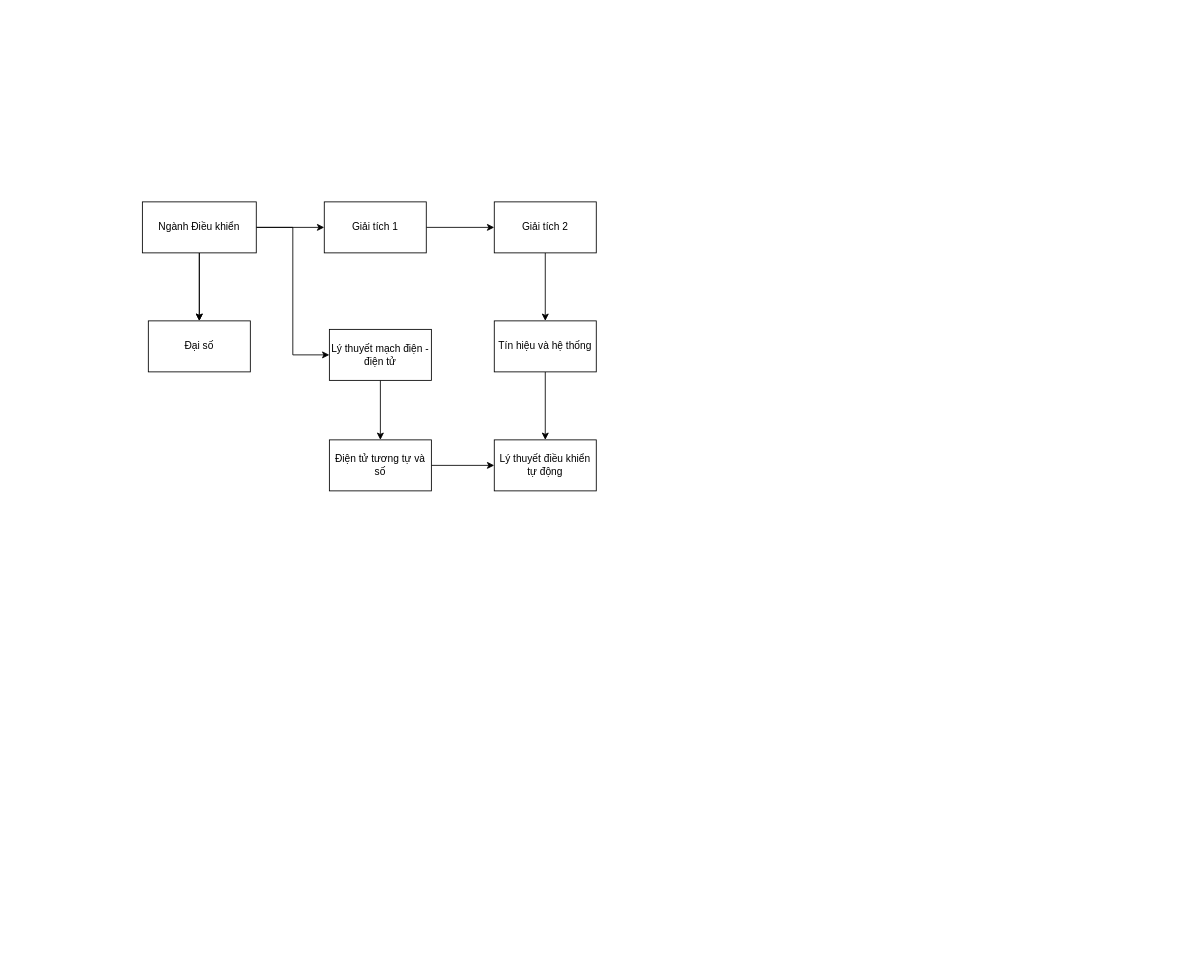
Earlier version of the draw.io diagram public/Untitled Diagram.drawio (davisnguyen111195/BScalculator). Source tidied: cells renumbered, new cells numbered last; positions are measured from the earlier drawing's top-left corner, leaving out a move shared by most shapes. Both pictures are drawn from the tidied source at 85%, with x=0, y=0 at pixel (142, 201).
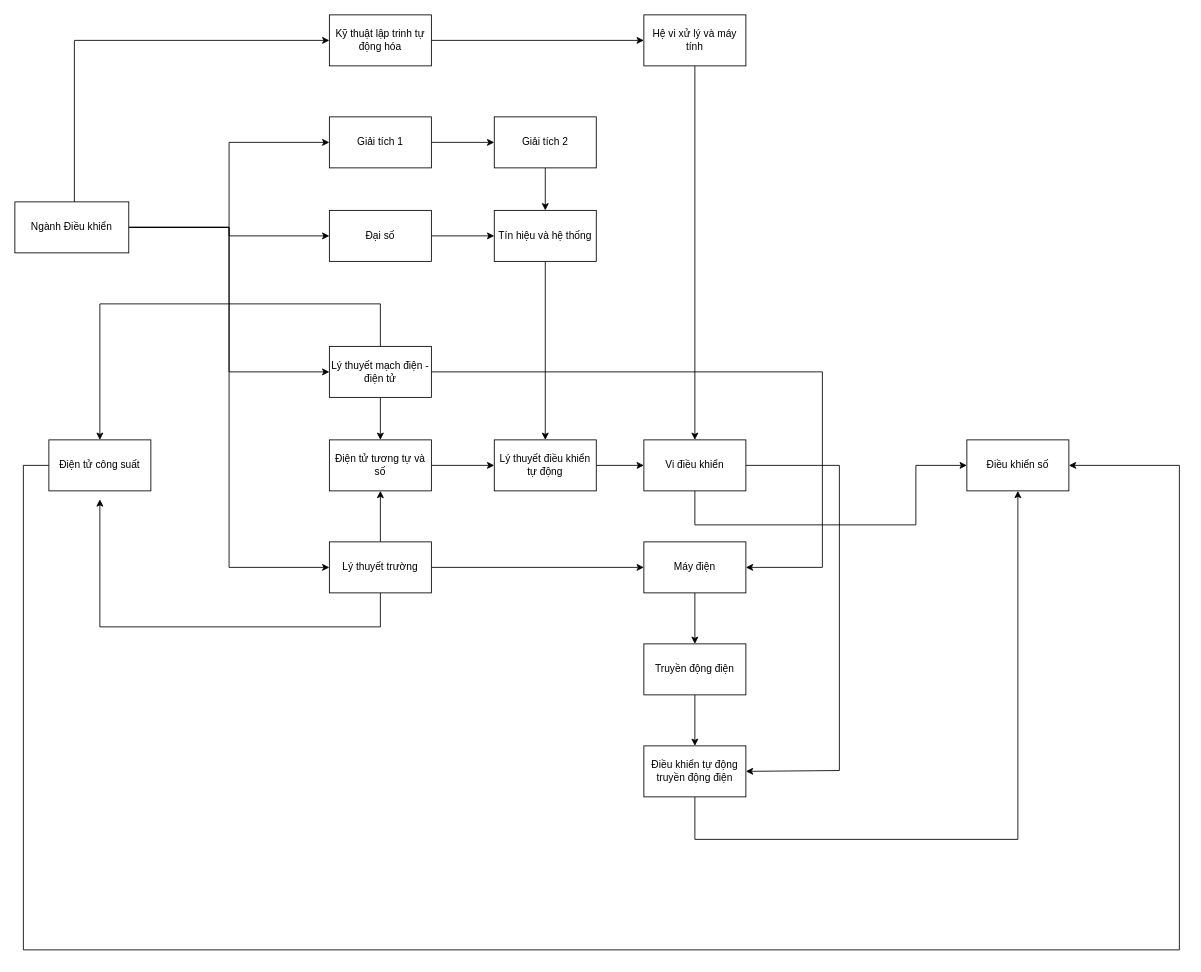
The same diagram, later.

Unchanged cells that the change refers to:
```xml
<mxCell id="14" value="Lý thuyết điều khiển tự động&lt;br&gt;" style="rounded=0;whiteSpace=wrap;html=1;" parent="1" vertex="1">
  <mxGeometry x="414" y="280" width="120" height="60" as="geometry" />
</mxCell>
<mxCell id="16" value="Điện tử tương tự và số" style="rounded=0;whiteSpace=wrap;html=1;" parent="1" vertex="1">
  <mxGeometry x="220" y="280" width="120" height="60" as="geometry" />
</mxCell>
```

Change to the diagram source:
```diff
@@
-    <mxCell id="2" style="edgeStyle=orthogonalEdgeStyle;rounded=0;jettySize=auto;html=1;" parent="1" edge="1" source="6" target="7">
-      <mxGeometry relative="1" as="geometry" />
-    </mxCell>
-    <mxCell id="3" style="edgeStyle=orthogonalEdgeStyle;rounded=0;jettySize=auto;html=1;" parent="1" edge="1" source="6" target="7">
-      <mxGeometry relative="1" as="geometry" />
-    </mxCell>
+    <mxCell id="5" style="edgeStyle=orthogonalEdgeStyle;rounded=0;jettySize=auto;html=1;entryX=0;entryY=0.5;entryDx=0;entryDy=0;" parent="1" edge="1" source="6" target="18">
+      <mxGeometry relative="1" as="geometry" />
+    </mxCell>
+    <mxCell id="19" style="edgeStyle=orthogonalEdgeStyle;rounded=0;jettySize=auto;html=1;entryX=0;entryY=0.5;entryDx=0;entryDy=0;" parent="1" edge="1" source="6" target="7">
+      <mxGeometry relative="1" as="geometry" />
+    </mxCell>
+    <mxCell id="20" style="edgeStyle=orthogonalEdgeStyle;rounded=0;jettySize=auto;html=1;entryX=0;entryY=0.5;entryDx=0;entryDy=0;" parent="1" edge="1" source="6" target="29">
+      <mxGeometry relative="1" as="geometry" />
+    </mxCell>
-    <mxCell id="4" style="edgeStyle=orthogonalEdgeStyle;rounded=0;jettySize=auto;html=1;" parent="1" edge="1" source="6" target="9">
+    <mxCell id="4" style="edgeStyle=orthogonalEdgeStyle;rounded=0;jettySize=auto;html=1;entryX=0;entryY=0.5;entryDx=0;entryDy=0;" parent="1" edge="1" source="6" target="9">
       <mxGeometry relative="1" as="geometry" />
     </mxCell>
-    <mxCell id="5" style="edgeStyle=orthogonalEdgeStyle;rounded=0;jettySize=auto;html=1;entryX=0;entryY=0.5;entryDx=0;entryDy=0;" parent="1" edge="1" source="6" target="18">
-      <mxGeometry relative="1" as="geometry" />
-    </mxCell>
+    <mxCell id="21" style="edgeStyle=orthogonalEdgeStyle;rounded=0;jettySize=auto;html=1;entryX=0;entryY=0.5;entryDx=0;entryDy=0;" parent="1" edge="1" source="6" target="38">
+      <mxGeometry relative="1" as="geometry">
+        <Array as="points">
+          <mxPoint x="-80" y="-190" />
+        </Array>
+      </mxGeometry>
+    </mxCell>
     <mxCell id="6" value="Ngành Điều khiển" style="rounded=0;whiteSpace=wrap;html=1;" parent="1" vertex="1">
-      <mxGeometry width="134" height="60" as="geometry" />
+      <mxGeometry x="-150" width="134" height="60" as="geometry" />
     </mxCell>
+    <mxCell id="22" style="edgeStyle=orthogonalEdgeStyle;rounded=0;jettySize=auto;html=1;entryX=0;entryY=0.5;entryDx=0;entryDy=0;" parent="1" edge="1" source="7" target="13">
+      <mxGeometry relative="1" as="geometry" />
+    </mxCell>
     <mxCell id="7" value="Đại số" style="rounded=0;whiteSpace=wrap;html=1;" parent="1" vertex="1">
-      <mxGeometry x="7" y="140" width="120" height="60" as="geometry" />
+      <mxGeometry x="220" y="10" width="120" height="60" as="geometry" />
     </mxCell>
@@
     <mxCell id="9" value="Giải tích 1" style="rounded=0;whiteSpace=wrap;html=1;" parent="1" vertex="1">
-      <mxGeometry x="214" width="120" height="60" as="geometry" />
+      <mxGeometry x="220" y="-100" width="120" height="60" as="geometry" />
     </mxCell>
@@
     <mxCell id="11" value="Giải tích 2&lt;br&gt;" style="rounded=0;whiteSpace=wrap;html=1;" parent="1" vertex="1">
-      <mxGeometry x="414" width="120" height="60" as="geometry" />
+      <mxGeometry x="414" y="-100" width="120" height="60" as="geometry" />
     </mxCell>
@@
     <mxCell id="13" value="Tín hiệu và hệ thống" style="rounded=0;whiteSpace=wrap;html=1;" parent="1" vertex="1">
-      <mxGeometry x="414" y="140" width="120" height="60" as="geometry" />
+      <mxGeometry x="414" y="10" width="120" height="60" as="geometry" />
     </mxCell>
+    <mxCell id="23" style="edgeStyle=orthogonalEdgeStyle;rounded=0;jettySize=auto;html=1;entryX=0;entryY=0.5;entryDx=0;entryDy=0;" parent="1" edge="1" source="14" target="32">
+      <mxGeometry relative="1" as="geometry" />
+    </mxCell>
@@
+    <mxCell id="24" style="edgeStyle=orthogonalEdgeStyle;rounded=0;jettySize=auto;html=1;entryX=1;entryY=0.5;entryDx=0;entryDy=0;" parent="1" edge="1" source="18" target="34">
+      <mxGeometry relative="1" as="geometry">
+        <Array as="points">
+          <mxPoint x="800" y="200" />
+          <mxPoint x="800" y="430" />
+        </Array>
+      </mxGeometry>
+    </mxCell>
+    <mxCell id="25" style="edgeStyle=orthogonalEdgeStyle;rounded=0;jettySize=auto;html=1;entryX=0.5;entryY=0;entryDx=0;entryDy=0;" parent="1" edge="1" source="18" target="44">
+      <mxGeometry relative="1" as="geometry">
+        <Array as="points">
+          <mxPoint x="280" y="120" />
+          <mxPoint x="-50" y="120" />
+        </Array>
+      </mxGeometry>
+    </mxCell>
     <mxCell id="18" value="Lý thuyết mạch điện - điện tử" style="rounded=0;whiteSpace=wrap;html=1;" parent="1" vertex="1">
-      <mxGeometry x="220" y="150" width="120" height="60" as="geometry" />
+      <mxGeometry x="220" y="170" width="120" height="60" as="geometry" />
     </mxCell>
+    <mxCell id="26" style="edgeStyle=orthogonalEdgeStyle;rounded=0;jettySize=auto;html=1;" parent="1" edge="1" source="29" target="16">
+      <mxGeometry relative="1" as="geometry" />
+    </mxCell>
+    <mxCell id="27" style="edgeStyle=orthogonalEdgeStyle;rounded=0;jettySize=auto;html=1;" parent="1" edge="1" source="29" target="34">
+      <mxGeometry relative="1" as="geometry" />
+    </mxCell>
+    <mxCell id="28" style="edgeStyle=orthogonalEdgeStyle;rounded=0;jettySize=auto;html=1;" parent="1" edge="1" source="29">
+      <mxGeometry relative="1" as="geometry">
+        <mxPoint x="-50" y="350" as="targetPoint" />
+        <Array as="points">
+          <mxPoint x="280" y="500" />
+          <mxPoint x="-50" y="500" />
+        </Array>
+      </mxGeometry>
+    </mxCell>
+    <mxCell id="29" value="Lý thuyết trường" style="rounded=0;whiteSpace=wrap;html=1;" parent="1" vertex="1">
+      <mxGeometry x="220" y="400" width="120" height="60" as="geometry" />
+    </mxCell>
+    <mxCell id="30" style="edgeStyle=orthogonalEdgeStyle;rounded=0;jettySize=auto;html=1;entryX=1;entryY=0.5;entryDx=0;entryDy=0;" parent="1" edge="1" source="32" target="42">
+      <mxGeometry relative="1" as="geometry">
+        <Array as="points">
+          <mxPoint x="820" y="310" />
+          <mxPoint x="820" y="669" />
+          <mxPoint x="710" y="669" />
+        </Array>
+      </mxGeometry>
+    </mxCell>
+    <mxCell id="31" style="edgeStyle=orthogonalEdgeStyle;rounded=0;jettySize=auto;html=1;entryX=0;entryY=0.5;entryDx=0;entryDy=0;" parent="1" edge="1" source="32" target="45">
+      <mxGeometry relative="1" as="geometry">
+        <Array as="points">
+          <mxPoint x="650" y="380" />
+          <mxPoint x="910" y="380" />
+          <mxPoint x="910" y="310" />
+        </Array>
+      </mxGeometry>
+    </mxCell>
+    <mxCell id="32" value="Vi điều khiển" style="rounded=0;whiteSpace=wrap;html=1;" parent="1" vertex="1">
+      <mxGeometry x="590" y="280" width="120" height="60" as="geometry" />
+    </mxCell>
+    <mxCell id="33" style="edgeStyle=orthogonalEdgeStyle;rounded=0;jettySize=auto;html=1;" parent="1" edge="1" source="34" target="40">
+      <mxGeometry relative="1" as="geometry" />
+    </mxCell>
+    <mxCell id="34" value="Máy điện" style="rounded=0;whiteSpace=wrap;html=1;" parent="1" vertex="1">
+      <mxGeometry x="590" y="400" width="120" height="60" as="geometry" />
+    </mxCell>
+    <mxCell id="35" style="edgeStyle=orthogonalEdgeStyle;rounded=0;jettySize=auto;html=1;" parent="1" edge="1" source="36" target="32">
+      <mxGeometry relative="1" as="geometry" />
+    </mxCell>
+    <mxCell id="36" value="Hệ vi xử lý và máy tính" style="rounded=0;whiteSpace=wrap;html=1;" parent="1" vertex="1">
+      <mxGeometry x="590" y="-220" width="120" height="60" as="geometry" />
+    </mxCell>
+    <mxCell id="37" style="edgeStyle=orthogonalEdgeStyle;rounded=0;jettySize=auto;html=1;" parent="1" edge="1" source="38" target="36">
+      <mxGeometry relative="1" as="geometry" />
+    </mxCell>
+    <mxCell id="38" value="Kỹ thuật lập trinh tự động hóa" style="rounded=0;whiteSpace=wrap;html=1;" parent="1" vertex="1">
+      <mxGeometry x="220" y="-220" width="120" height="60" as="geometry" />
+    </mxCell>
+    <mxCell id="39" style="edgeStyle=orthogonalEdgeStyle;rounded=0;jettySize=auto;html=1;" parent="1" edge="1" source="40" target="42">
+      <mxGeometry relative="1" as="geometry" />
+    </mxCell>
+    <mxCell id="40" value="Truyền động điện" style="rounded=0;whiteSpace=wrap;html=1;" parent="1" vertex="1">
+      <mxGeometry x="590" y="520" width="120" height="60" as="geometry" />
+    </mxCell>
+    <mxCell id="41" style="edgeStyle=orthogonalEdgeStyle;rounded=0;jettySize=auto;html=1;" parent="1" edge="1" source="42" target="45">
+      <mxGeometry relative="1" as="geometry">
+        <Array as="points">
+          <mxPoint x="650" y="750" />
+          <mxPoint x="1030" y="750" />
+        </Array>
+      </mxGeometry>
+    </mxCell>
+    <mxCell id="42" value="Điều khiển tự động truyền động điện" style="rounded=0;whiteSpace=wrap;html=1;" parent="1" vertex="1">
+      <mxGeometry x="590" y="640" width="120" height="60" as="geometry" />
+    </mxCell>
+    <mxCell id="43" style="edgeStyle=orthogonalEdgeStyle;rounded=0;jettySize=auto;html=1;entryX=1;entryY=0.5;entryDx=0;entryDy=0;" parent="1" edge="1" source="44" target="45">
+      <mxGeometry relative="1" as="geometry">
+        <Array as="points">
+          <mxPoint x="-140" y="310" />
+          <mxPoint x="-140" y="880" />
+          <mxPoint x="1220" y="880" />
+          <mxPoint x="1220" y="310" />
+        </Array>
+      </mxGeometry>
+    </mxCell>
+    <mxCell id="44" value="Điện tử công suất" style="rounded=0;whiteSpace=wrap;html=1;" parent="1" vertex="1">
+      <mxGeometry x="-110" y="280" width="120" height="60" as="geometry" />
+    </mxCell>
+    <mxCell id="45" value="Điều khiển số" style="rounded=0;whiteSpace=wrap;html=1;" parent="1" vertex="1">
+      <mxGeometry x="970" y="280" width="120" height="60" as="geometry" />
+    </mxCell>
```
